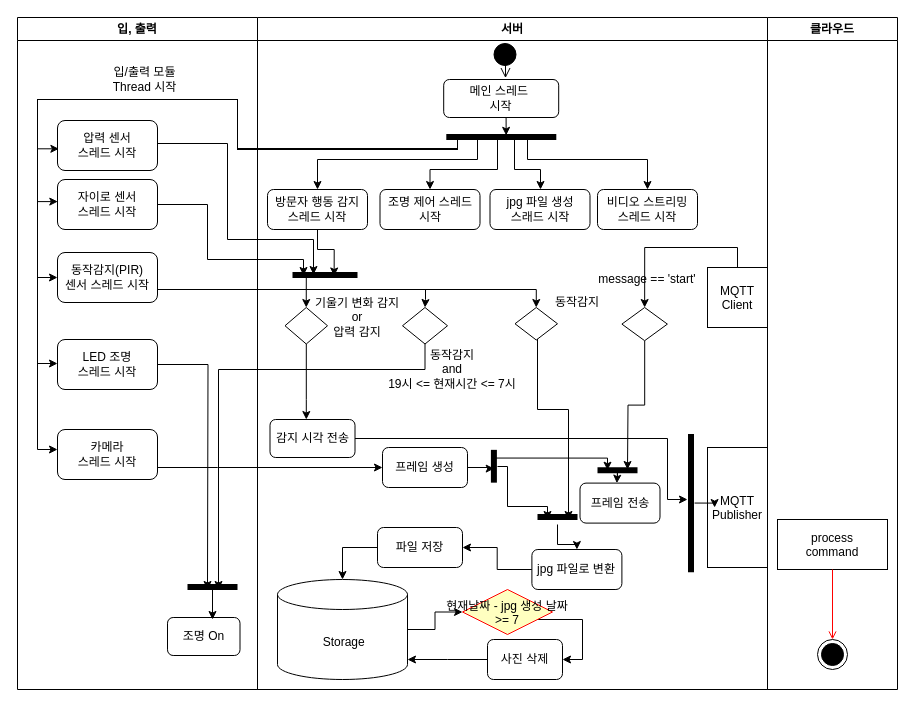
Earlier version of the draw.io diagram IoT/Untitled Diagram.drawio (woorim1022/TIL). Source tidied: cells renumbered, new cells numbered last; positions are measured from the earlier drawing's top-left corner, leaving out a move shared by most shapes. Both pictures are drawn from the tidied source at 100%, with x=0, y=0 at pixel (17, 17).
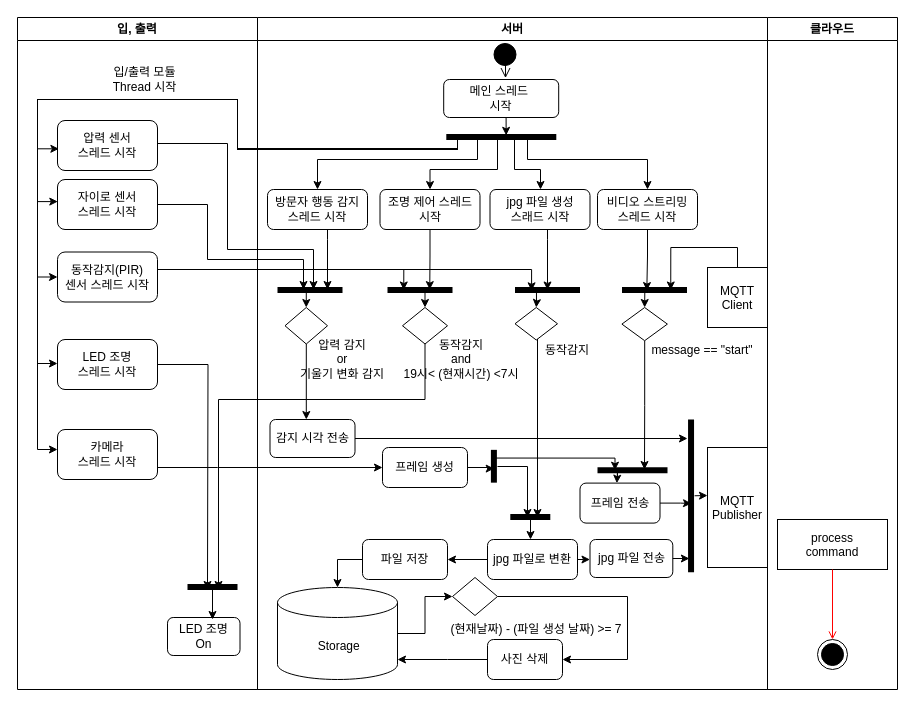
Above is the later version.

The change refers to these unchanged cells:
```xml
<mxCell id="2" value="입, 출력" style="swimlane;whiteSpace=wrap;startSize=23;" parent="1" vertex="1">
  <mxGeometry width="240" height="672" as="geometry" />
</mxCell>
<mxCell id="4" value="&lt;span&gt;압력 센서&lt;/span&gt;&lt;br&gt;스레드 시작" style="rounded=1;whiteSpace=wrap;html=1;startSize=23;" parent="2" vertex="1">
  <mxGeometry x="40" y="103" width="100" height="50" as="geometry" />
</mxCell>
<mxCell id="5" value="자이로 센서&lt;br style=&quot;padding: 0px ; margin: 0px&quot;&gt;스레드 시작" style="rounded=1;whiteSpace=wrap;html=1;startSize=23;" parent="2" vertex="1">
  <mxGeometry x="40" y="162" width="100" height="50" as="geometry" />
</mxCell>
<mxCell id="10" value="서버" style="swimlane;whiteSpace=wrap;startSize=23;" parent="1" vertex="1">
  <mxGeometry x="240" width="510" height="672" as="geometry" />
</mxCell>
<mxCell id="21" value="MQTT&#10;Client" parent="10" vertex="1">
  <mxGeometry x="450" y="250" width="60" height="60" as="geometry" />
</mxCell>
<mxCell id="22" value="MQTT&#10;Publisher" style="shadow=0;" parent="10" vertex="1">
  <mxGeometry x="450" y="430" width="60" height="120" as="geometry" />
</mxCell>
<mxCell id="23" value="비디오 스트리밍&lt;br style=&quot;padding: 0px ; margin: 0px&quot;&gt;스레드 시작" style="rounded=1;whiteSpace=wrap;html=1;strokeColor=#000000;fillColor=#FFFFFF;" parent="10" vertex="1">
  <mxGeometry x="340" y="172" width="100" height="40" as="geometry" />
</mxCell>
<mxCell id="25" value="방문자 행동 감지&lt;br style=&quot;padding: 0px ; margin: 0px&quot;&gt;스레드 시작" style="rounded=1;whiteSpace=wrap;html=1;strokeColor=#000000;fillColor=#FFFFFF;" parent="10" vertex="1">
  <mxGeometry x="10" y="172" width="100" height="40" as="geometry" />
</mxCell>
<mxCell id="26" value="jpg 파일 생성&lt;br style=&quot;padding: 0px ; margin: 0px&quot;&gt;스래드 시작" style="rounded=1;whiteSpace=wrap;html=1;strokeColor=#000000;fillColor=#FFFFFF;" parent="10" vertex="1">
  <mxGeometry x="232.5" y="172" width="100" height="40" as="geometry" />
</mxCell>
<mxCell id="27" value="조명 제어 스레드&lt;br&gt;시작" style="rounded=1;whiteSpace=wrap;html=1;strokeColor=#000000;fillColor=#FFFFFF;" parent="10" vertex="1">
  <mxGeometry x="122.5" y="172" width="100" height="40" as="geometry" />
</mxCell>
<mxCell id="28" style="rhombus;fillColor=#FFFFFF;strokeColor=#000000;" parent="10" vertex="1">
  <mxGeometry x="257.5" y="290" width="42.5" height="32.5" as="geometry" />
</mxCell>
<mxCell id="33" style="rhombus;fillColor=#FFFFFF;strokeColor=#000000;" parent="10" vertex="1">
  <mxGeometry x="145" y="290" width="45" height="36.5" as="geometry" />
</mxCell>
<mxCell id="41" value="사진 삭제" style="rounded=1;whiteSpace=wrap;html=1;startSize=23;" parent="10" vertex="1">
  <mxGeometry x="230" y="622" width="75" height="40" as="geometry" />
</mxCell>
<mxCell id="44" value="감지 시각 전송" style="rounded=1;whiteSpace=wrap;html=1;startSize=23;" parent="10" vertex="1">
  <mxGeometry x="12.5" y="402" width="85" height="38" as="geometry" />
</mxCell>
<mxCell id="45" value="프레임 전송" style="rounded=1;whiteSpace=wrap;html=1;strokeColor=#000000;fillColor=#FFFFFF;" parent="10" vertex="1">
  <mxGeometry x="322.5" y="465.6" width="80" height="40" as="geometry" />
</mxCell>
<mxCell id="51" style="rhombus;fillColor=#FFFFFF;strokeColor=#000000;" parent="10" vertex="1">
  <mxGeometry x="364.4" y="290" width="45.5" height="33.2" as="geometry" />
</mxCell>
<mxCell id="75" style="shape=line;strokeWidth=6;strokeColor=#000000;rotation=90;fillColor=#FFFFFF;" parent="1" vertex="1">
  <mxGeometry x="460" y="445.2" width="32.8" height="7.1" as="geometry" />
</mxCell>
```

Diff of the diagram source:
```diff
@@
     <mxCell id="6" value="동작감지(PIR)&lt;br&gt;센서 스레드 시작" style="rounded=1;whiteSpace=wrap;html=1;startSize=23;" parent="2" vertex="1">
-      <mxGeometry x="40" y="235" width="100" height="50" as="geometry" />
+      <mxGeometry x="40" y="234.5" width="100" height="50" as="geometry" />
     </mxCell>
@@
-    <mxCell id="9" value="조명 On" style="rounded=1;whiteSpace=wrap;html=1;startSize=23;" parent="2" vertex="1">
+    <mxCell id="9" value="LED 조명 &lt;br&gt;On" style="rounded=1;whiteSpace=wrap;html=1;startSize=23;" parent="2" vertex="1">
       <mxGeometry x="150" y="600" width="72.5" height="38" as="geometry" />
     </mxCell>
@@
-    <mxCell id="20" style="edgeStyle=orthogonalEdgeStyle;rounded=0;jettySize=auto;html=1;entryX=0.5;entryY=0;entryDx=0;entryDy=0;startSize=23;strokeColor=#000000;" parent="10" edge="1" source="21" target="51">
+    <mxCell id="20" style="edgeStyle=orthogonalEdgeStyle;rounded=0;jettySize=auto;html=1;startSize=23;strokeColor=#000000;entryX=0.75;entryY=0.5;entryDx=0;entryDy=0;entryPerimeter=0;" parent="10" edge="1" source="21" target="92">
       <mxGeometry relative="1" as="geometry">
         <Array as="points">
           <mxPoint x="480" y="230" />
-          <mxPoint x="387" y="230" />
+          <mxPoint x="413" y="230" />
         </Array>
       </mxGeometry>
     </mxCell>
@@
+    <mxCell id="83" style="edgeStyle=orthogonalEdgeStyle;rounded=0;jettySize=auto;html=1;entryX=0.382;entryY=0.538;entryDx=0;entryDy=0;entryPerimeter=0;startSize=23;strokeColor=#000000;" parent="10" edge="1" source="23" target="92">
+      <mxGeometry relative="1" as="geometry" />
+    </mxCell>
@@
-    <mxCell id="24" style="edgeStyle=orthogonalEdgeStyle;rounded=0;jettySize=auto;html=1;startSize=23;strokeColor=#000000;entryX=0.641;entryY=0.566;entryDx=0;entryDy=0;entryPerimeter=0;" parent="10" edge="1" source="25" target="49">
-      <mxGeometry relative="1" as="geometry" />
+    <mxCell id="24" style="edgeStyle=orthogonalEdgeStyle;rounded=0;jettySize=auto;html=1;startSize=23;strokeColor=#000000;" parent="10" edge="1" source="25">
+      <mxGeometry relative="1" as="geometry">
+        <mxPoint x="70" y="272" as="targetPoint" />
+        <Array as="points">
+          <mxPoint x="70" y="222" />
+          <mxPoint x="70" y="222" />
+        </Array>
+      </mxGeometry>
     </mxCell>
@@
+    <mxCell id="84" style="edgeStyle=orthogonalEdgeStyle;rounded=0;jettySize=auto;html=1;entryX=0.65;entryY=0.474;entryDx=0;entryDy=0;entryPerimeter=0;startSize=23;strokeColor=#000000;" parent="10" edge="1" source="27" target="90">
+      <mxGeometry relative="1" as="geometry" />
+    </mxCell>
@@
     <mxCell id="29" style="edgeStyle=orthogonalEdgeStyle;rounded=0;jettySize=auto;html=1;startSize=23;strokeColor=#000000;" parent="10" edge="1" source="30" target="43">
-      <mxGeometry relative="1" as="geometry" />
+      <mxGeometry relative="1" as="geometry">
+        <Array as="points">
+          <mxPoint x="230" y="530" />
+          <mxPoint x="230" y="530" />
+        </Array>
+      </mxGeometry>
     </mxCell>
+    <mxCell id="85" style="edgeStyle=orthogonalEdgeStyle;rounded=0;jettySize=auto;html=1;startSize=23;strokeColor=#000000;" parent="10" edge="1" source="30" target="96">
+      <mxGeometry relative="1" as="geometry">
+        <Array as="points">
+          <mxPoint x="340" y="541" />
+          <mxPoint x="340" y="541" />
+        </Array>
+      </mxGeometry>
+    </mxCell>
     <mxCell id="30" value="jpg 파일로 변환" style="rounded=1;whiteSpace=wrap;html=1;strokeColor=#000000;fillColor=#FFFFFF;" parent="10" vertex="1">
-      <mxGeometry x="274.4" y="532" width="90" height="40" as="geometry" />
+      <mxGeometry x="230" y="522" width="90" height="40" as="geometry" />
     </mxCell>
     <mxCell id="31" style="edgeStyle=orthogonalEdgeStyle;rounded=0;jettySize=auto;html=1;startSize=23;strokeColor=#000000;" parent="10" edge="1" source="51">
       <mxGeometry relative="1" as="geometry">
-        <mxPoint x="370" y="452" as="targetPoint" />
+        <mxPoint x="387" y="452" as="targetPoint" />
+        <Array as="points">
+          <mxPoint x="387" y="388" />
+          <mxPoint x="387" y="452" />
+        </Array>
       </mxGeometry>
     </mxCell>
@@
     <mxCell id="37" value="&amp;nbsp;Storage" style="shape=cylinder3;whiteSpace=wrap;html=1;boundedLbl=1;backgroundOutline=1;size=15;startSize=23;" parent="10" vertex="1">
-      <mxGeometry x="20" y="562" width="130" height="100" as="geometry" />
+      <mxGeometry x="20" y="570" width="120" height="92" as="geometry" />
     </mxCell>
-    <mxCell id="38" style="edgeStyle=orthogonalEdgeStyle;rounded=0;jettySize=auto;html=1;entryX=1;entryY=0.5;entryDx=0;entryDy=0;startSize=23;strokeColor=#000000;" parent="10" edge="1" source="39" target="41">
+    <mxCell id="38" style="edgeStyle=orthogonalEdgeStyle;rounded=0;jettySize=auto;html=1;entryX=1;entryY=0.5;entryDx=0;entryDy=0;startSize=23;strokeColor=#000000;exitX=1;exitY=0.5;exitDx=0;exitDy=0;" parent="10" edge="1" source="39" target="41">
       <mxGeometry relative="1" as="geometry">
         <Array as="points">
-          <mxPoint x="325" y="602" />
-          <mxPoint x="325" y="642" />
+          <mxPoint x="370" y="579" />
+          <mxPoint x="370" y="642" />
         </Array>
       </mxGeometry>
     </mxCell>
-    <mxCell id="39" value="현재날짜 - jpg 생성 날짜&#10;&gt;= 7" style="rhombus;fillColor=#ffffc0;strokeColor=#ff0000;" parent="10" vertex="1">
-      <mxGeometry x="205" y="572" width="90" height="45" as="geometry" />
+    <mxCell id="39" style="rhombus;fillColor=#FFFFFF;strokeColor=#000000;" parent="10" vertex="1">
+      <mxGeometry x="195" y="560" width="45" height="38" as="geometry" />
     </mxCell>
@@
     <mxCell id="43" value="파일 저장" style="rounded=1;whiteSpace=wrap;html=1;startSize=23;" parent="10" vertex="1">
-      <mxGeometry x="120" y="510" width="85" height="40" as="geometry" />
+      <mxGeometry x="105" y="522" width="85" height="40" as="geometry" />
     </mxCell>
@@
+    <mxCell id="86" style="edgeStyle=orthogonalEdgeStyle;rounded=0;jettySize=auto;html=1;startSize=23;strokeColor=#000000;" parent="10" edge="1" source="45">
+      <mxGeometry relative="1" as="geometry">
+        <mxPoint x="434" y="486" as="targetPoint" />
+        <Array as="points">
+          <mxPoint x="423" y="486" />
+          <mxPoint x="434" y="486" />
+        </Array>
+      </mxGeometry>
+    </mxCell>
@@
+    <mxCell id="87" style="edgeStyle=orthogonalEdgeStyle;rounded=0;jettySize=auto;html=1;startSize=23;strokeColor=#000000;" parent="10" edge="1" source="46">
+      <mxGeometry relative="1" as="geometry">
+        <mxPoint x="450" y="478" as="targetPoint" />
+        <Array as="points">
+          <mxPoint x="449" y="478" />
+          <mxPoint x="449" y="478" />
+        </Array>
+      </mxGeometry>
+    </mxCell>
     <mxCell id="46" style="shape=line;strokeWidth=6;strokeColor=#000000;rotation=90;fillColor=#FFFFFF;" parent="10" vertex="1">
-      <mxGeometry x="364.4" y="482" width="138.2" height="7.1" as="geometry" />
+      <mxGeometry x="357.2" y="474.8" width="152.7" height="7.1" as="geometry" />
     </mxCell>
-    <mxCell id="47" style="edgeStyle=orthogonalEdgeStyle;rounded=0;jettySize=auto;html=1;startSize=23;strokeColor=#000000;" parent="10" edge="1" source="46" target="22">
-      <mxGeometry relative="1" as="geometry" />
-    </mxCell>
@@
     <mxCell id="49" style="shape=line;strokeWidth=6;strokeColor=#000000;rotation=0;fillColor=#FFFFFF;" parent="10" vertex="1">
-      <mxGeometry x="35" y="250" width="65" height="15" as="geometry" />
+      <mxGeometry x="20" y="265" width="65" height="15" as="geometry" />
     </mxCell>
-    <mxCell id="50" style="edgeStyle=orthogonalEdgeStyle;rounded=0;jettySize=auto;html=1;startSize=23;strokeColor=#000000;" parent="10" edge="1" source="28">
-      <mxGeometry relative="1" as="geometry">
-        <mxPoint x="311" y="502" as="targetPoint" />
-        <Array as="points">
-          <mxPoint x="280" y="392" />
-          <mxPoint x="311" y="392" />
-        </Array>
-      </mxGeometry>
-    </mxCell>
@@
-    <mxCell id="52" value="&lt;span&gt;기울기 변화 감지&lt;/span&gt;&lt;br style=&quot;padding: 0px ; margin: 0px&quot;&gt;&lt;span&gt;or&lt;/span&gt;&lt;br style=&quot;padding: 0px ; margin: 0px&quot;&gt;&lt;span&gt;압력 감지&lt;/span&gt;" style="text;html=1;strokeColor=none;fillColor=none;align=center;verticalAlign=middle;whiteSpace=wrap;rounded=0;shadow=0;" parent="10" vertex="1">
-      <mxGeometry x="50" y="290" width="100" height="20" as="geometry" />
+    <mxCell id="52" value="&lt;span&gt;압력 감지&lt;/span&gt;&lt;br style=&quot;padding: 0px ; margin: 0px&quot;&gt;&lt;span&gt;or&lt;br&gt;기울기 변화 감지&lt;/span&gt;" style="text;html=1;strokeColor=none;fillColor=none;align=center;verticalAlign=middle;whiteSpace=wrap;rounded=0;shadow=0;" parent="10" vertex="1">
+      <mxGeometry x="35" y="332" width="100" height="20" as="geometry" />
     </mxCell>
-    <mxCell id="53" value="&lt;span&gt;동작감지&lt;/span&gt;&lt;br style=&quot;padding: 0px ; margin: 0px&quot;&gt;&lt;span&gt;and&lt;/span&gt;&lt;br style=&quot;padding: 0px ; margin: 0px&quot;&gt;&lt;span&gt;19시 &amp;lt;= 현재시간 &amp;lt;= 7시&lt;/span&gt;" style="text;html=1;strokeColor=none;fillColor=none;align=center;verticalAlign=middle;whiteSpace=wrap;rounded=0;shadow=0;" parent="10" vertex="1">
-      <mxGeometry x="125" y="342" width="140" height="20" as="geometry" />
+    <mxCell id="53" value="&lt;span&gt;동작감지&lt;/span&gt;&lt;br style=&quot;padding: 0px ; margin: 0px&quot;&gt;&lt;span&gt;and&lt;/span&gt;&lt;br style=&quot;padding: 0px ; margin: 0px&quot;&gt;&lt;span&gt;19시&amp;lt; (현재시간) &amp;lt;7시&lt;/span&gt;" style="text;html=1;strokeColor=none;fillColor=none;align=center;verticalAlign=middle;whiteSpace=wrap;rounded=0;shadow=0;" parent="10" vertex="1">
+      <mxGeometry x="134.4" y="328" width="140" height="28" as="geometry" />
     </mxCell>
-    <mxCell id="54" value="&lt;span&gt;message == 'start'&lt;/span&gt;" style="text;html=1;strokeColor=none;fillColor=none;align=center;verticalAlign=middle;whiteSpace=wrap;rounded=0;shadow=0;" parent="10" vertex="1">
-      <mxGeometry x="340" y="252" width="100" height="20" as="geometry" />
+    <mxCell id="54" value="&lt;span&gt;message == &quot;start&quot;&lt;/span&gt;" style="text;html=1;strokeColor=none;fillColor=none;align=center;verticalAlign=middle;whiteSpace=wrap;rounded=0;shadow=0;" parent="10" vertex="1">
+      <mxGeometry x="390" y="322.5" width="110" height="20" as="geometry" />
     </mxCell>
+    <mxCell id="88" value="&lt;span&gt;(현재날짜) - (파일 생성 날짜)&amp;nbsp;&lt;/span&gt;&lt;span&gt;&amp;gt;= 7&lt;/span&gt;" style="text;html=1;strokeColor=none;fillColor=none;align=center;verticalAlign=middle;whiteSpace=wrap;rounded=0;shadow=0;" parent="10" vertex="1">
+      <mxGeometry x="178.8" y="602" width="200" height="20" as="geometry" />
+    </mxCell>
+    <mxCell id="89" style="edgeStyle=orthogonalEdgeStyle;rounded=0;jettySize=auto;html=1;entryX=0.5;entryY=0;entryDx=0;entryDy=0;startSize=23;strokeColor=#000000;exitX=0.495;exitY=0.448;exitDx=0;exitDy=0;exitPerimeter=0;" parent="10" edge="1" source="90" target="33">
+      <mxGeometry relative="1" as="geometry" />
+    </mxCell>
+    <mxCell id="90" style="shape=line;strokeWidth=6;strokeColor=#000000;rotation=0;fillColor=#FFFFFF;" parent="10" vertex="1">
+      <mxGeometry x="130" y="265" width="65" height="15" as="geometry" />
+    </mxCell>
+    <mxCell id="91" style="edgeStyle=orthogonalEdgeStyle;rounded=0;jettySize=auto;html=1;entryX=0.5;entryY=0;entryDx=0;entryDy=0;startSize=23;strokeColor=#000000;exitX=0.351;exitY=0.522;exitDx=0;exitDy=0;exitPerimeter=0;" parent="10" edge="1" source="92" target="51">
+      <mxGeometry relative="1" as="geometry" />
+    </mxCell>
+    <mxCell id="92" style="shape=line;strokeWidth=6;strokeColor=#000000;rotation=0;fillColor=#FFFFFF;" parent="10" vertex="1">
+      <mxGeometry x="364.5" y="265" width="65" height="15" as="geometry" />
+    </mxCell>
+    <mxCell id="82" value="&lt;span&gt;동작감지&lt;/span&gt;" style="text;html=1;strokeColor=none;fillColor=none;align=center;verticalAlign=middle;whiteSpace=wrap;rounded=0;shadow=0;" parent="10" vertex="1">
+      <mxGeometry x="280" y="322.5" width="60" height="20" as="geometry" />
+    </mxCell>
+    <mxCell id="93" style="shape=line;strokeWidth=6;strokeColor=#000000;rotation=0;fillColor=#FFFFFF;" parent="10" vertex="1">
+      <mxGeometry x="257.5" y="265" width="65" height="15" as="geometry" />
+    </mxCell>
+    <mxCell id="94" style="edgeStyle=orthogonalEdgeStyle;rounded=0;jettySize=auto;html=1;startSize=23;strokeColor=#000000;entryX=0.5;entryY=0.5;entryDx=0;entryDy=0;entryPerimeter=0;" parent="10" edge="1" source="26" target="93">
+      <mxGeometry relative="1" as="geometry">
+        <Array as="points">
+          <mxPoint x="290" y="222" />
+          <mxPoint x="290" y="222" />
+        </Array>
+      </mxGeometry>
+    </mxCell>
+    <mxCell id="95" style="edgeStyle=orthogonalEdgeStyle;rounded=0;jettySize=auto;html=1;entryX=0.5;entryY=0;entryDx=0;entryDy=0;startSize=23;strokeColor=#000000;exitX=0.33;exitY=0.487;exitDx=0;exitDy=0;exitPerimeter=0;" parent="10" edge="1" source="93" target="28">
+      <mxGeometry relative="1" as="geometry">
+        <Array as="points">
+          <mxPoint x="279" y="287" />
+        </Array>
+      </mxGeometry>
+    </mxCell>
+    <mxCell id="96" value="jpg 파일 전송" style="rounded=1;whiteSpace=wrap;html=1;shadow=0;strokeColor=#000000;fillColor=#FFFFFF;" parent="10" vertex="1">
+      <mxGeometry x="332.5" y="522" width="82.8" height="38" as="geometry" />
+    </mxCell>
+    <mxCell id="97" style="edgeStyle=orthogonalEdgeStyle;rounded=0;jettySize=auto;html=1;startSize=23;strokeColor=#000000;entryX=0.912;entryY=0.73;entryDx=0;entryDy=0;entryPerimeter=0;exitX=1;exitY=0.5;exitDx=0;exitDy=0;" parent="10" edge="1" source="96" target="46">
+      <mxGeometry relative="1" as="geometry" />
+    </mxCell>
@@
-    <mxCell id="64" style="edgeStyle=orthogonalEdgeStyle;rounded=0;jettySize=auto;html=1;entryX=0.5;entryY=0;entryDx=0;entryDy=0;startSize=23;strokeColor=#000000;exitX=1;exitY=0.5;exitDx=0;exitDy=0;" parent="1" edge="1" source="6" target="33">
+    <mxCell id="64" style="edgeStyle=orthogonalEdgeStyle;rounded=0;jettySize=auto;html=1;startSize=23;strokeColor=#000000;entryX=0.25;entryY=0.5;entryDx=0;entryDy=0;entryPerimeter=0;exitX=1;exitY=0.5;exitDx=0;exitDy=0;" parent="1" edge="1" source="6" target="90">
       <mxGeometry relative="1" as="geometry">
         <Array as="points">
-          <mxPoint x="140" y="272" />
-          <mxPoint x="408" y="272" />
-          <mxPoint x="408" y="282" />
-          <mxPoint x="408" y="282" />
+          <mxPoint x="140" y="252" />
+          <mxPoint x="386" y="252" />
         </Array>
       </mxGeometry>
     </mxCell>
-    <mxCell id="65" style="edgeStyle=orthogonalEdgeStyle;rounded=0;jettySize=auto;html=1;entryX=0.5;entryY=0;entryDx=0;entryDy=0;startSize=23;strokeColor=#000000;" parent="1" edge="1" source="6" target="28">
+    <mxCell id="65" style="edgeStyle=orthogonalEdgeStyle;rounded=0;jettySize=auto;html=1;entryX=0.255;entryY=0.555;entryDx=0;entryDy=0;startSize=23;strokeColor=#000000;entryPerimeter=0;exitX=1;exitY=0.5;exitDx=0;exitDy=0;" parent="1" edge="1" source="6" target="93">
       <mxGeometry relative="1" as="geometry">
         <Array as="points">
-          <mxPoint x="519" y="272" />
-          <mxPoint x="519" y="290" />
+          <mxPoint x="140" y="252" />
+          <mxPoint x="514" y="252" />
         </Array>
       </mxGeometry>
     </mxCell>
     <mxCell id="66" style="edgeStyle=orthogonalEdgeStyle;rounded=0;jettySize=auto;html=1;startSize=23;strokeColor=#000000;exitX=1;exitY=0.5;exitDx=0;exitDy=0;" parent="1" edge="1" source="4">
       <mxGeometry relative="1" as="geometry">
-        <mxPoint x="296" y="257" as="targetPoint" />
+        <mxPoint x="296" y="272" as="targetPoint" />
         <Array as="points">
           <mxPoint x="140" y="126" />
           <mxPoint x="210" y="126" />
-          <mxPoint x="210" y="222" />
-          <mxPoint x="296" y="222" />
-          <mxPoint x="296" y="257" />
+          <mxPoint x="210" y="232" />
+          <mxPoint x="296" y="232" />
         </Array>
       </mxGeometry>
     </mxCell>
     <mxCell id="67" style="edgeStyle=orthogonalEdgeStyle;rounded=0;jettySize=auto;html=1;startSize=23;strokeColor=#000000;exitX=1;exitY=0.5;exitDx=0;exitDy=0;" parent="1" edge="1" source="5">
       <mxGeometry relative="1" as="geometry">
-        <mxPoint x="286" y="258" as="targetPoint" />
+        <mxPoint x="286" y="272" as="targetPoint" />
         <Array as="points">
           <mxPoint x="190" y="187" />
           <mxPoint x="190" y="242" />
           <mxPoint x="286" y="242" />
         </Array>
       </mxGeometry>
     </mxCell>
     <mxCell id="68" style="edgeStyle=orthogonalEdgeStyle;rounded=0;jettySize=auto;html=1;startSize=23;strokeColor=#000000;startArrow=none;exitX=0.5;exitY=1;exitDx=0;exitDy=0;" parent="1" edge="1" source="33">
       <mxGeometry relative="1" as="geometry">
         <mxPoint x="201" y="572" as="targetPoint" />
         <Array as="points">
-          <mxPoint x="408" y="352" />
-          <mxPoint x="201" y="352" />
+          <mxPoint x="408" y="382" />
+          <mxPoint x="201" y="382" />
         </Array>
       </mxGeometry>
     </mxCell>
@@
     <mxCell id="72" style="edgeStyle=orthogonalEdgeStyle;rounded=0;jettySize=auto;html=1;startSize=23;strokeColor=#000000;" parent="1" edge="1" source="44">
       <mxGeometry relative="1" as="geometry">
-        <mxPoint x="670" y="482" as="targetPoint" />
+        <mxPoint x="670" y="421" as="targetPoint" />
         <Array as="points">
-          <mxPoint x="650" y="421" />
+          <mxPoint x="670" y="421" />
         </Array>
       </mxGeometry>
     </mxCell>
@@
     <mxCell id="74" style="edgeStyle=orthogonalEdgeStyle;rounded=0;orthogonalLoop=1;jettySize=auto;html=1;startSize=23;strokeColor=#000000;" parent="1" edge="1">
       <mxGeometry relative="1" as="geometry">
         <mxPoint x="480" y="449" as="sourcePoint" />
-        <mxPoint x="530" y="502" as="targetPoint" />
+        <mxPoint x="510" y="500" as="targetPoint" />
         <Array as="points">
-          <mxPoint x="490" y="449" />
-          <mxPoint x="490" y="489" />
+          <mxPoint x="510" y="449" />
+          <mxPoint x="510" y="500" />
         </Array>
       </mxGeometry>
     </mxCell>
@@
-    <mxCell id="77" style="edgeStyle=orthogonalEdgeStyle;rounded=0;jettySize=auto;html=1;startSize=23;strokeColor=#000000;" parent="1" edge="1" source="78" target="30">
-      <mxGeometry relative="1" as="geometry" />
-    </mxCell>
+    <mxCell id="98" style="edgeStyle=orthogonalEdgeStyle;rounded=0;jettySize=auto;html=1;startSize=23;strokeColor=#000000;exitX=0.499;exitY=0.527;exitDx=0;exitDy=0;exitPerimeter=0;" parent="1" edge="1" source="78">
+      <mxGeometry relative="1" as="geometry">
+        <mxPoint x="513" y="522" as="targetPoint" />
+        <Array as="points">
+          <mxPoint x="513" y="522" />
+        </Array>
+      </mxGeometry>
+    </mxCell>
     <mxCell id="78" style="shape=line;strokeWidth=6;strokeColor=#000000;rotation=0;fillColor=#FFFFFF;" parent="1" vertex="1">
-      <mxGeometry x="520" y="492" width="40" height="15" as="geometry" />
+      <mxGeometry x="492.8" y="492" width="40" height="15" as="geometry" />
     </mxCell>
@@
     <mxCell id="80" style="shape=line;strokeWidth=6;strokeColor=#000000;rotation=0;fillColor=#FFFFFF;" parent="1" vertex="1">
-      <mxGeometry x="580" y="445.2" width="40" height="15" as="geometry" />
+      <mxGeometry x="580" y="445.2" width="70" height="15" as="geometry" />
     </mxCell>
     <mxCell id="81" style="edgeStyle=orthogonalEdgeStyle;rounded=0;jettySize=auto;html=1;startSize=23;strokeColor=#000000;exitX=0.25;exitY=0.5;exitDx=0;exitDy=0;exitPerimeter=0;entryX=0.25;entryY=0.5;entryDx=0;entryDy=0;entryPerimeter=0;" parent="1" edge="1" source="75" target="80">
       <mxGeometry relative="1" as="geometry">
         <Array as="points">
-          <mxPoint x="590" y="441" />
+          <mxPoint x="598" y="441" />
+          <mxPoint x="598" y="453" />
         </Array>
       </mxGeometry>
     </mxCell>
-    <mxCell id="82" value="&lt;span&gt;동작감지&lt;/span&gt;" style="text;html=1;strokeColor=none;fillColor=none;align=center;verticalAlign=middle;whiteSpace=wrap;rounded=0;shadow=0;" parent="1" vertex="1">
-      <mxGeometry x="530" y="275" width="60" height="20" as="geometry" />
-    </mxCell>
+    <mxCell id="50" style="edgeStyle=orthogonalEdgeStyle;rounded=0;jettySize=auto;html=1;startSize=23;strokeColor=#000000;" parent="1" edge="1" source="28">
+      <mxGeometry relative="1" as="geometry">
+        <mxPoint x="520" y="500" as="targetPoint" />
+        <Array as="points">
+          <mxPoint x="520" y="500" />
+        </Array>
+      </mxGeometry>
+    </mxCell>
```
